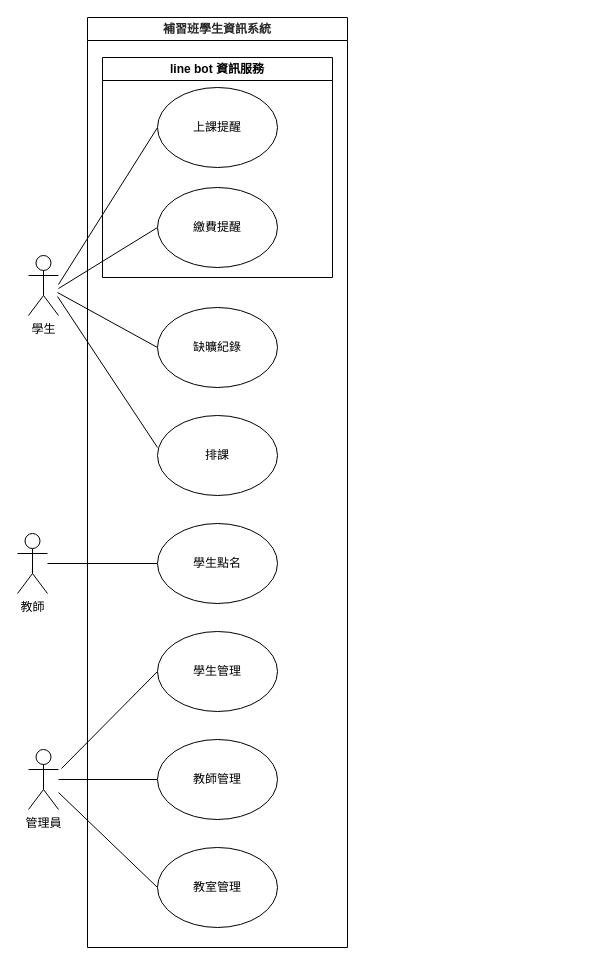
The draw.io diagram page "使用個案圖" (2 of 12) of 各種圖/圖2.drawio in LinYiChen01/NNCS_Dashboard, before the edit. Source tidied: cells renumbered, new cells numbered last; positions are measured from the earlier drawing's top-left corner, leaving out a move shared by most shapes. Both pictures are drawn from the tidied source at 100%, with x=0, y=0 at pixel (17, 17).
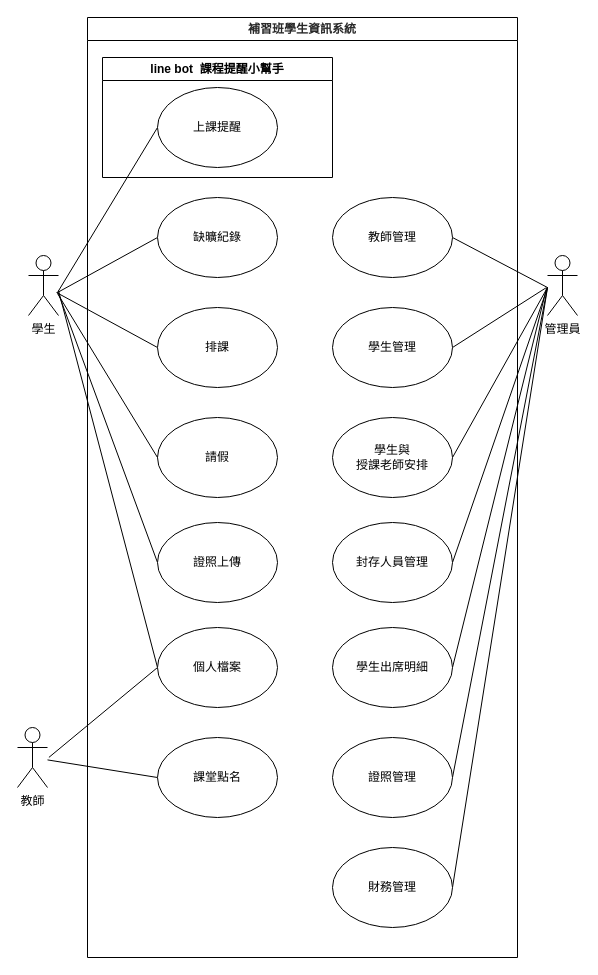
The same page after the edit.

Unchanged cells that the change refers to:
```xml
<mxCell id="20" value="上課提醒" style="ellipse;whiteSpace=wrap;html=1;" parent="19" vertex="1">
  <mxGeometry x="55" y="30" width="120" height="80" as="geometry" />
</mxCell>
```

What changed in the source:
```diff
@@
-    <mxCell id="2" style="rounded=0;orthogonalLoop=1;jettySize=auto;html=1;endArrow=none;endFill=0;" parent="1" edge="1">
+    <mxCell id="2" style="rounded=0;jettySize=auto;html=1;endArrow=none;endFill=0;entryX=0;entryY=0.5;entryDx=0;entryDy=0;" parent="1" edge="1" target="7">
       <mxGeometry relative="1" as="geometry">
-        <mxPoint x="40" y="279" as="sourcePoint" />
-        <mxPoint x="140" y="430" as="targetPoint" />
+        <mxPoint x="39" y="275" as="sourcePoint" />
       </mxGeometry>
     </mxCell>
@@
     <mxCell id="4" style="rounded=0;jettySize=auto;html=1;entryX=0;entryY=0.5;entryDx=0;entryDy=0;endArrow=none;endFill=0;" parent="1" edge="1" target="20">
       <mxGeometry relative="1" as="geometry">
-        <mxPoint x="41" y="267" as="sourcePoint" />
+        <mxPoint x="40" y="275" as="sourcePoint" />
       </mxGeometry>
     </mxCell>
-    <mxCell id="5" style="rounded=0;jettySize=auto;html=1;endArrow=none;endFill=0;entryX=0;entryY=0.5;entryDx=0;entryDy=0;" parent="1" edge="1" target="21">
-      <mxGeometry relative="1" as="geometry">
-        <mxPoint x="41" y="271" as="sourcePoint" />
-      </mxGeometry>
-    </mxCell>
@@
-    <mxCell id="7" value="排課" style="ellipse;whiteSpace=wrap;html=1;" parent="1" vertex="1">
-      <mxGeometry x="140" y="398" width="120" height="80" as="geometry" />
-    </mxCell>
@@
     <mxCell id="9" value="教師" style="shape=umlActor;verticalLabelPosition=bottom;verticalAlign=top;html=1;outlineConnect=0;" parent="1" vertex="1">
-      <mxGeometry y="516" width="30" height="60" as="geometry" />
+      <mxGeometry y="710" width="30" height="60" as="geometry" />
     </mxCell>
-    <mxCell id="10" value="學生點名" style="ellipse;whiteSpace=wrap;html=1;" parent="1" vertex="1">
-      <mxGeometry x="140" y="506" width="120" height="80" as="geometry" />
-    </mxCell>
-    <mxCell id="11" style="rounded=0;jettySize=auto;html=1;entryX=0;entryY=0.5;entryDx=0;entryDy=0;endArrow=none;endFill=0;" parent="1" edge="1" target="15">
+    <mxCell id="11" style="rounded=0;jettySize=auto;html=1;entryX=1;entryY=0.5;entryDx=0;entryDy=0;endArrow=none;endFill=0;" parent="1" edge="1" target="15">
       <mxGeometry relative="1" as="geometry">
-        <mxPoint x="44" y="751" as="sourcePoint" />
+        <mxPoint x="529" y="270" as="sourcePoint" />
       </mxGeometry>
     </mxCell>
-    <mxCell id="12" style="rounded=0;jettySize=auto;html=1;entryX=0;entryY=0.5;entryDx=0;entryDy=0;endArrow=none;endFill=0;" parent="1" edge="1" source="14" target="16">
-      <mxGeometry relative="1" as="geometry" />
+    <mxCell id="12" style="rounded=0;jettySize=auto;html=1;entryX=1;entryY=0.5;entryDx=0;entryDy=0;endArrow=none;endFill=0;" parent="1" edge="1" target="16">
+      <mxGeometry relative="1" as="geometry">
+        <mxPoint x="530" y="270" as="sourcePoint" />
+      </mxGeometry>
     </mxCell>
-    <mxCell id="13" style="rounded=0;jettySize=auto;html=1;entryX=0;entryY=0.5;entryDx=0;entryDy=0;endArrow=none;endFill=0;" parent="1" edge="1" target="17">
+    <mxCell id="13" style="rounded=0;jettySize=auto;html=1;entryX=1;entryY=0.5;entryDx=0;entryDy=0;endArrow=none;endFill=0;" parent="1" edge="1" target="17">
       <mxGeometry relative="1" as="geometry">
-        <mxPoint x="41" y="775" as="sourcePoint" />
+        <mxPoint x="530" y="270" as="sourcePoint" />
       </mxGeometry>
     </mxCell>
     <mxCell id="14" value="管理員" style="shape=umlActor;verticalLabelPosition=bottom;verticalAlign=top;html=1;outlineConnect=0;" parent="1" vertex="1">
-      <mxGeometry x="11" y="732" width="30" height="60" as="geometry" />
+      <mxGeometry x="530" y="238" width="30" height="60" as="geometry" />
     </mxCell>
-    <mxCell id="15" value="學生管理" style="ellipse;whiteSpace=wrap;html=1;" parent="1" vertex="1">
-      <mxGeometry x="140" y="614" width="120" height="80" as="geometry" />
-    </mxCell>
-    <mxCell id="16" value="教師管理" style="ellipse;whiteSpace=wrap;html=1;" parent="1" vertex="1">
-      <mxGeometry x="140" y="722" width="120" height="80" as="geometry" />
-    </mxCell>
-    <mxCell id="17" value="教室&lt;span style=&quot;background-color: initial;&quot;&gt;管理&lt;/span&gt;" style="ellipse;whiteSpace=wrap;html=1;" parent="1" vertex="1">
-      <mxGeometry x="140" y="830" width="120" height="80" as="geometry" />
-    </mxCell>
     <mxCell id="18" value="&lt;span style=&quot;color: rgb(41, 41, 41); font-kerning: none;&quot; class=&quot;OYPEnA font-feature-liga-off font-feature-clig-off font-feature-calt-off text-decoration-none text-strikethrough-none&quot;&gt;補習班學生資訊系統&lt;/span&gt;" style="swimlane;whiteSpace=wrap;html=1;" parent="1" vertex="1">
-      <mxGeometry x="70" width="260" height="930" as="geometry" />
+      <mxGeometry x="70" width="430" height="940" as="geometry" />
     </mxCell>
-    <mxCell id="19" value="line bot 資訊服務" style="swimlane;whiteSpace=wrap;html=1;" parent="18" vertex="1">
-      <mxGeometry x="15" y="40" width="230" height="220" as="geometry" />
+    <mxCell id="19" value="line bot &amp;nbsp;課程提醒小幫手" style="swimlane;whiteSpace=wrap;html=1;" parent="18" vertex="1">
+      <mxGeometry x="15" y="40" width="230" height="120" as="geometry" />
     </mxCell>
@@
-    <mxCell id="21" value="繳費提醒" style="ellipse;whiteSpace=wrap;html=1;" parent="19" vertex="1">
-      <mxGeometry x="55" y="130" width="120" height="80" as="geometry" />
-    </mxCell>
     <mxCell id="22" value="缺曠紀錄" style="ellipse;whiteSpace=wrap;html=1;" parent="18" vertex="1">
-      <mxGeometry x="70" y="290" width="120" height="80" as="geometry" />
+      <mxGeometry x="70" y="180" width="120" height="80" as="geometry" />
     </mxCell>
+    <mxCell id="7" value="排課" style="ellipse;whiteSpace=wrap;html=1;" parent="18" vertex="1">
+      <mxGeometry x="70" y="290" width="120" height="80" as="geometry" />
+    </mxCell>
+    <mxCell id="23" value="請假" style="ellipse;whiteSpace=wrap;html=1;" parent="18" vertex="1">
+      <mxGeometry x="70" y="400" width="120" height="80" as="geometry" />
+    </mxCell>
+    <mxCell id="24" style="rounded=0;jettySize=auto;html=1;endArrow=none;endFill=0;exitX=0;exitY=0.5;exitDx=0;exitDy=0;" parent="18" edge="1" source="25">
+      <mxGeometry relative="1" as="geometry">
+        <mxPoint x="-29.6" y="274.6" as="targetPoint" />
+      </mxGeometry>
+    </mxCell>
+    <mxCell id="25" value="證照上傳" style="ellipse;whiteSpace=wrap;html=1;" parent="18" vertex="1">
+      <mxGeometry x="70" y="505" width="120" height="80" as="geometry" />
+    </mxCell>
+    <mxCell id="26" style="rounded=0;jettySize=auto;html=1;endArrow=none;endFill=0;exitX=0;exitY=0.5;exitDx=0;exitDy=0;" parent="18" edge="1" source="28">
+      <mxGeometry relative="1" as="geometry">
+        <mxPoint x="-29" y="273" as="targetPoint" />
+      </mxGeometry>
+    </mxCell>
+    <mxCell id="27" style="rounded=0;jettySize=auto;html=1;endArrow=none;endFill=0;exitX=0;exitY=0.5;exitDx=0;exitDy=0;" parent="18" edge="1" source="28">
+      <mxGeometry relative="1" as="geometry">
+        <mxPoint x="-38.6" y="739.9" as="targetPoint" />
+      </mxGeometry>
+    </mxCell>
+    <mxCell id="28" value="個人檔案" style="ellipse;whiteSpace=wrap;html=1;" parent="18" vertex="1">
+      <mxGeometry x="70" y="610" width="120" height="80" as="geometry" />
+    </mxCell>
+    <mxCell id="16" value="教師管理" style="ellipse;whiteSpace=wrap;html=1;" parent="18" vertex="1">
+      <mxGeometry x="245" y="180" width="120" height="80" as="geometry" />
+    </mxCell>
+    <mxCell id="15" value="學生管理" style="ellipse;whiteSpace=wrap;html=1;" parent="18" vertex="1">
+      <mxGeometry x="245" y="290" width="120" height="80" as="geometry" />
+    </mxCell>
+    <mxCell id="17" value="學生與&lt;div&gt;授課老師安排&lt;/div&gt;" style="ellipse;whiteSpace=wrap;html=1;" parent="18" vertex="1">
+      <mxGeometry x="245" y="400" width="120" height="80" as="geometry" />
+    </mxCell>
+    <mxCell id="29" style="rounded=0;jettySize=auto;html=1;exitX=1;exitY=0.5;exitDx=0;exitDy=0;endArrow=none;endFill=0;" parent="18" edge="1" source="30">
+      <mxGeometry relative="1" as="geometry">
+        <mxPoint x="460" y="270" as="targetPoint" />
+      </mxGeometry>
+    </mxCell>
+    <mxCell id="30" value="封存人員管理" style="ellipse;whiteSpace=wrap;html=1;" parent="18" vertex="1">
+      <mxGeometry x="245" y="505" width="120" height="80" as="geometry" />
+    </mxCell>
+    <mxCell id="31" style="rounded=0;jettySize=auto;html=1;endArrow=none;endFill=0;exitX=1;exitY=0.5;exitDx=0;exitDy=0;" parent="18" edge="1" source="32">
+      <mxGeometry relative="1" as="geometry">
+        <mxPoint x="459" y="271" as="targetPoint" />
+      </mxGeometry>
+    </mxCell>
+    <mxCell id="32" value="學生出席明細" style="ellipse;whiteSpace=wrap;html=1;" parent="18" vertex="1">
+      <mxGeometry x="245" y="610" width="120" height="80" as="geometry" />
+    </mxCell>
+    <mxCell id="33" style="rounded=0;jettySize=auto;html=1;endArrow=none;endFill=0;exitX=1;exitY=0.5;exitDx=0;exitDy=0;" parent="18" edge="1" source="34">
+      <mxGeometry relative="1" as="geometry">
+        <mxPoint x="460" y="270" as="targetPoint" />
+      </mxGeometry>
+    </mxCell>
+    <mxCell id="34" value="證照管理" style="ellipse;whiteSpace=wrap;html=1;" parent="18" vertex="1">
+      <mxGeometry x="245" y="720" width="120" height="80" as="geometry" />
+    </mxCell>
+    <mxCell id="35" style="rounded=0;jettySize=auto;html=1;endArrow=none;endFill=0;exitX=1;exitY=0.5;exitDx=0;exitDy=0;" parent="18" edge="1" source="36">
+      <mxGeometry relative="1" as="geometry">
+        <mxPoint x="460" y="270" as="targetPoint" />
+      </mxGeometry>
+    </mxCell>
+    <mxCell id="36" value="財務管理" style="ellipse;whiteSpace=wrap;html=1;" parent="18" vertex="1">
+      <mxGeometry x="245" y="830" width="120" height="80" as="geometry" />
+    </mxCell>
+    <mxCell id="10" value="課堂點名" style="ellipse;whiteSpace=wrap;html=1;" parent="18" vertex="1">
+      <mxGeometry x="70" y="720" width="120" height="80" as="geometry" />
+    </mxCell>
+    <mxCell id="37" style="rounded=0;jettySize=auto;html=1;endArrow=none;endFill=0;exitX=0;exitY=0.5;exitDx=0;exitDy=0;" parent="1" edge="1" source="23">
+      <mxGeometry relative="1" as="geometry">
+        <mxPoint x="40" y="276" as="targetPoint" />
+      </mxGeometry>
+    </mxCell>
```
